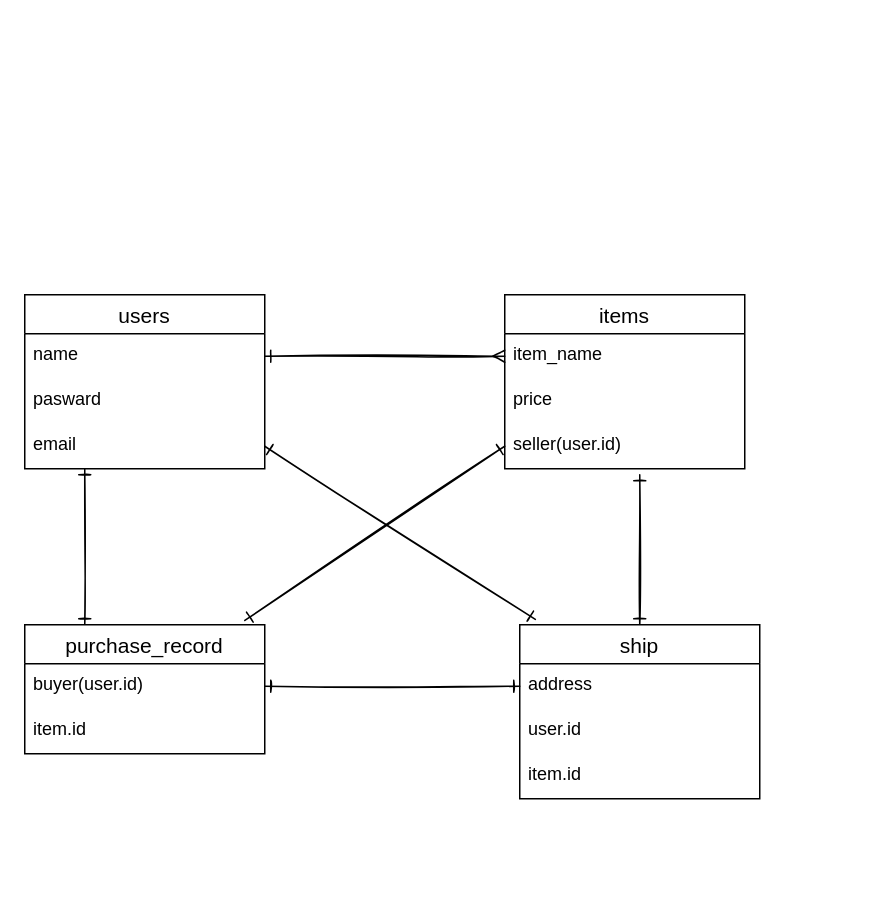
unitoro0903/furima-40427 keeps this draw.io diagram as furima.dio. Above is the earlier version. Source tidied: cells renumbered, new cells numbered last; positions are measured from the earlier drawing's top-left corner, leaving out a move shared by most shapes. Both pictures are drawn from the tidied source at 150%, with x=0, y=0 at pixel (24, 294).
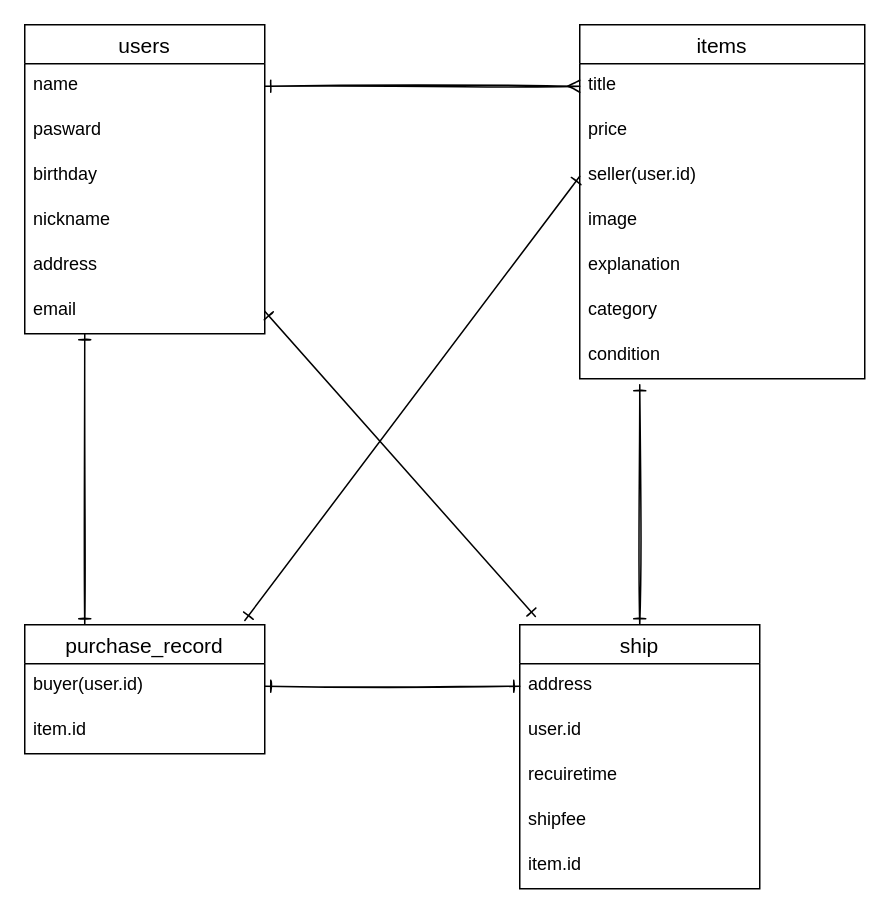
The same page after the edit.

The edit, as a diff of the source:
```diff
@@
     <mxCell id="2" value="users" style="swimlane;fontStyle=0;horizontal=1;startSize=26;align=center;fontSize=14;strokeColor=default;" parent="1" vertex="1">
-      <mxGeometry width="160" height="116" as="geometry" />
+      <mxGeometry y="-180" width="160" height="206" as="geometry" />
     </mxCell>
@@
+    <mxCell id="23" value="birthday" style="text;strokeColor=none;fillColor=none;spacingLeft=4;spacingRight=4;overflow=hidden;fontSize=12;" parent="2" vertex="1">
+      <mxGeometry y="86" width="160" height="30" as="geometry" />
+    </mxCell>
+    <mxCell id="24" value="nickname" style="text;strokeColor=none;fillColor=none;spacingLeft=4;spacingRight=4;overflow=hidden;fontSize=12;" parent="2" vertex="1">
+      <mxGeometry y="116" width="160" height="30" as="geometry" />
+    </mxCell>
+    <mxCell id="25" value="address" style="text;strokeColor=none;fillColor=none;spacingLeft=4;spacingRight=4;overflow=hidden;fontSize=12;" parent="2" vertex="1">
+      <mxGeometry y="146" width="160" height="30" as="geometry" />
+    </mxCell>
     <mxCell id="5" value="email" style="text;strokeColor=none;fillColor=none;spacingLeft=4;spacingRight=4;overflow=hidden;points=[[0,0.5],[1,0.5]];portConstraint=eastwest;fontSize=12;" parent="2" vertex="1">
-      <mxGeometry y="86" width="160" height="30" as="geometry" />
+      <mxGeometry y="176" width="160" height="30" as="geometry" />
     </mxCell>
     <mxCell id="6" value="items" style="swimlane;fontStyle=0;horizontal=1;startSize=26;align=center;fontSize=14;strokeColor=default;" parent="1" vertex="1">
-      <mxGeometry x="320" width="160" height="116" as="geometry" />
+      <mxGeometry x="370" y="-180" width="190" height="236" as="geometry" />
     </mxCell>
-    <mxCell id="7" value="item_name" style="text;strokeColor=none;fillColor=none;spacingLeft=4;spacingRight=4;overflow=hidden;points=[[0,0.5],[1,0.5]];portConstraint=eastwest;fontSize=12;" parent="6" vertex="1">
-      <mxGeometry y="26" width="160" height="30" as="geometry" />
+    <mxCell id="7" value="title" style="text;strokeColor=none;fillColor=none;spacingLeft=4;spacingRight=4;overflow=hidden;points=[[0,0.5],[1,0.5]];portConstraint=eastwest;fontSize=12;" parent="6" vertex="1">
+      <mxGeometry y="26" width="190" height="30" as="geometry" />
     </mxCell>
     <mxCell id="8" value="price" style="text;strokeColor=none;fillColor=none;spacingLeft=4;spacingRight=4;overflow=hidden;fontSize=12;" parent="6" vertex="1">
-      <mxGeometry y="56" width="160" height="30" as="geometry" />
+      <mxGeometry y="56" width="190" height="30" as="geometry" />
     </mxCell>
     <mxCell id="9" value="seller(user.id)" style="text;strokeColor=none;fillColor=none;spacingLeft=4;spacingRight=4;overflow=hidden;points=[[0,0.5],[1,0.5]];portConstraint=eastwest;fontSize=12;" parent="6" vertex="1">
-      <mxGeometry y="86" width="160" height="30" as="geometry" />
+      <mxGeometry y="86" width="190" height="30" as="geometry" />
     </mxCell>
+    <mxCell id="26" value="image" style="text;strokeColor=none;fillColor=none;spacingLeft=4;spacingRight=4;overflow=hidden;fontSize=12;" parent="6" vertex="1">
+      <mxGeometry y="116" width="190" height="30" as="geometry" />
+    </mxCell>
+    <mxCell id="27" value="explanation" style="text;strokeColor=none;fillColor=none;spacingLeft=4;spacingRight=4;overflow=hidden;fontSize=12;" parent="6" vertex="1">
+      <mxGeometry y="146" width="190" height="30" as="geometry" />
+    </mxCell>
+    <mxCell id="28" value="category" style="text;strokeColor=none;fillColor=none;spacingLeft=4;spacingRight=4;overflow=hidden;fontSize=12;" parent="6" vertex="1">
+      <mxGeometry y="176" width="190" height="30" as="geometry" />
+    </mxCell>
+    <mxCell id="29" value="condition" style="text;strokeColor=none;fillColor=none;spacingLeft=4;spacingRight=4;overflow=hidden;fontSize=12;" parent="6" vertex="1">
+      <mxGeometry y="206" width="190" height="30" as="geometry" />
+    </mxCell>
@@
     <mxCell id="14" style="edgeStyle=none;sketch=1;html=1;exitX=0.5;exitY=0;exitDx=0;exitDy=0;startArrow=ERone;startFill=0;endArrow=ERone;endFill=0;" parent="1" edge="1" source="15">
       <mxGeometry relative="1" as="geometry">
-        <mxPoint x="410" y="120" as="targetPoint" />
+        <mxPoint x="410" y="60" as="targetPoint" />
       </mxGeometry>
     </mxCell>
     <mxCell id="15" value="ship" style="swimlane;fontStyle=0;horizontal=1;startSize=26;align=center;fontSize=14;strokeColor=default;" parent="1" vertex="1">
-      <mxGeometry x="330" y="220" width="160" height="116" as="geometry" />
+      <mxGeometry x="330" y="220" width="160" height="176" as="geometry" />
     </mxCell>
@@
+    <mxCell id="30" value="recuiretime" style="text;strokeColor=none;fillColor=none;spacingLeft=4;spacingRight=4;overflow=hidden;fontSize=12;" parent="15" vertex="1">
+      <mxGeometry y="86" width="160" height="30" as="geometry" />
+    </mxCell>
+    <mxCell id="31" value="shipfee" style="text;strokeColor=none;fillColor=none;spacingLeft=4;spacingRight=4;overflow=hidden;fontSize=12;" parent="15" vertex="1">
+      <mxGeometry y="116" width="160" height="30" as="geometry" />
+    </mxCell>
     <mxCell id="18" value="item.id" style="text;strokeColor=none;fillColor=none;spacingLeft=4;spacingRight=4;overflow=hidden;fontSize=12;" parent="15" vertex="1">
-      <mxGeometry y="86" width="160" height="30" as="geometry" />
+      <mxGeometry y="146" width="160" height="30" as="geometry" />
     </mxCell>
```
